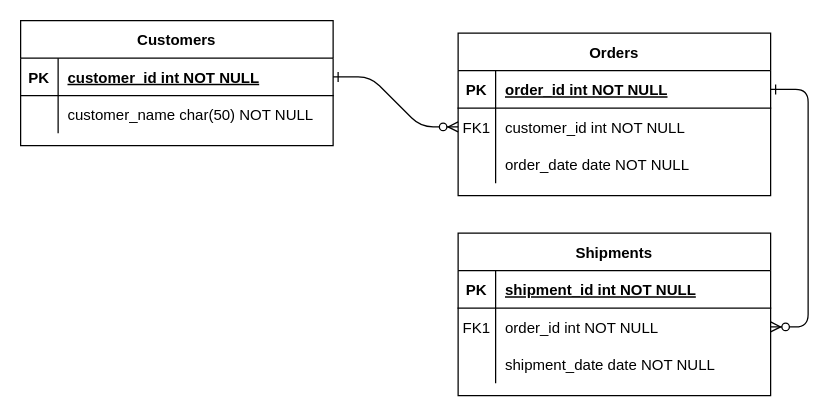
Before: dbI_BGVJI0.drawio in werstatyw/db1_BGVJI0, a draw.io diagram. Source tidied: cells renumbered, new cells numbered last; positions are measured from the earlier drawing's top-left corner, leaving out a move shared by most shapes. Both pictures are drawn from the tidied source at 125%, with x=0, y=0 at pixel (20, 20).
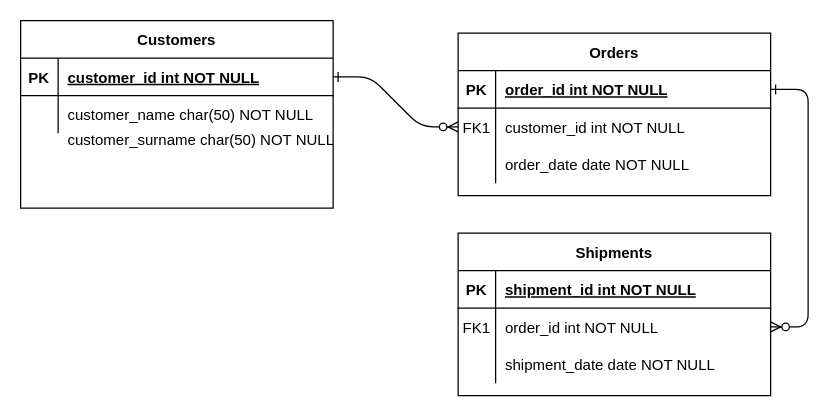
Above is the later version.

What changed in the source:
```diff
@@
     <mxCell id="24" value="Customers" style="shape=table;startSize=30;childLayout=tableLayout;rowLines=0;fontStyle=1;align=center;" parent="1" vertex="1">
-      <mxGeometry width="250" height="100" as="geometry" />
+      <mxGeometry width="250" height="150" as="geometry" />
     </mxCell>
@@
+    <mxCell id="31" value="customer_surname char(50) NOT NULL" style="shape=partialRectangle;overflow=hidden;fillColor=none;top=0;left=0;bottom=0;right=0;align=left;spacingLeft=6;" parent="1" vertex="1">
+      <mxGeometry x="30" y="80" width="220" height="30" as="geometry" />
+    </mxCell>
```
